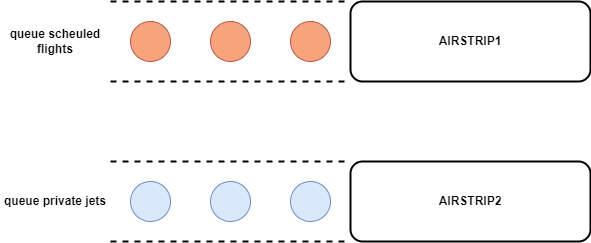
NiccoBene00/airTrafficController keeps this draw.io diagram as AirTrafficController_Doc/figure1.png. Above is the earlier version. Source tidied: cells renumbered, new cells last; positions are measured from the earlier drawing's top-left corner, leaving out a move shared by most shapes.
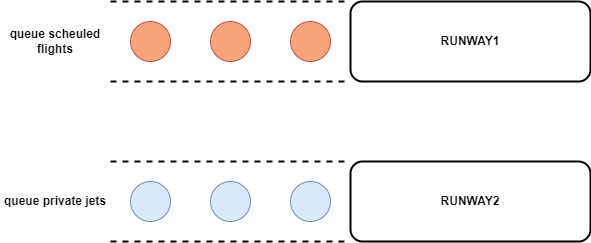
Above is the later version.

What changed in the source:
```diff
@@ -5,7 +5,7 @@
     <mxCell id="2" value="&lt;font style=&quot;font-size: 12px;&quot;&gt;&lt;b&gt;queue scheuled flights&lt;/b&gt;&lt;/font&gt;" style="text;html=1;strokeColor=none;fillColor=none;align=center;verticalAlign=middle;whiteSpace=wrap;rounded=0;shadow=0;" parent="1" vertex="1">
       <mxGeometry y="25" width="110" height="30" as="geometry" />
     </mxCell>
-    <mxCell id="3" value="&lt;b&gt;AIRSTRIP1&lt;/b&gt;" style="rounded=1;whiteSpace=wrap;html=1;fillColor=none;strokeColor=#000000;strokeWidth=2;" parent="1" vertex="1">
+    <mxCell id="3" value="&lt;b&gt;RUNWAY1&lt;/b&gt;" style="rounded=1;whiteSpace=wrap;html=1;fillColor=none;strokeColor=#000000;strokeWidth=2;" parent="1" vertex="1">
       <mxGeometry x="350" width="240" height="80" as="geometry" />
     </mxCell>
     <mxCell id="4" style="endArrow=none;html=1;rounded=0;strokeColor=#000000;entryX=0;entryY=1;entryDx=0;entryDy=0;dashed=1;strokeWidth=2;" parent="1" edge="1" target="3">
@@ -34,7 +34,7 @@
     <mxCell id="10" value="&lt;b&gt;queue private jets&lt;br&gt;&lt;/b&gt;" style="text;html=1;strokeColor=none;fillColor=none;align=center;verticalAlign=middle;whiteSpace=wrap;rounded=0;shadow=0;" parent="1" vertex="1">
       <mxGeometry y="185" width="110" height="30" as="geometry" />
     </mxCell>
-    <mxCell id="11" value="&lt;b&gt;AIRSTRIP2&lt;/b&gt;" style="rounded=1;whiteSpace=wrap;html=1;fillColor=none;strokeColor=#000000;strokeWidth=2;" parent="1" vertex="1">
+    <mxCell id="11" value="&lt;b&gt;RUNWAY2&lt;/b&gt;" style="rounded=1;whiteSpace=wrap;html=1;fillColor=none;strokeColor=#000000;strokeWidth=2;" parent="1" vertex="1">
       <mxGeometry x="350" y="160" width="240" height="80" as="geometry" />
     </mxCell>
     <mxCell id="12" style="endArrow=none;html=1;rounded=0;strokeColor=#000000;entryX=0;entryY=1;entryDx=0;entryDy=0;dashed=1;strokeWidth=2;" parent="1" edge="1" target="11">
```
